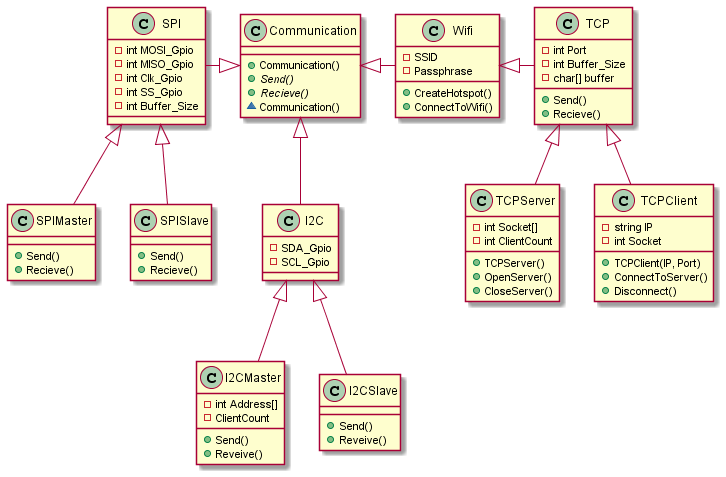
Before: Diagrammer/Robo_Sumo_Battle/Communication/ComClass/ComClass.png, a diagram exported from PlantUML (Solvgraa-mager/E3PRJ3).
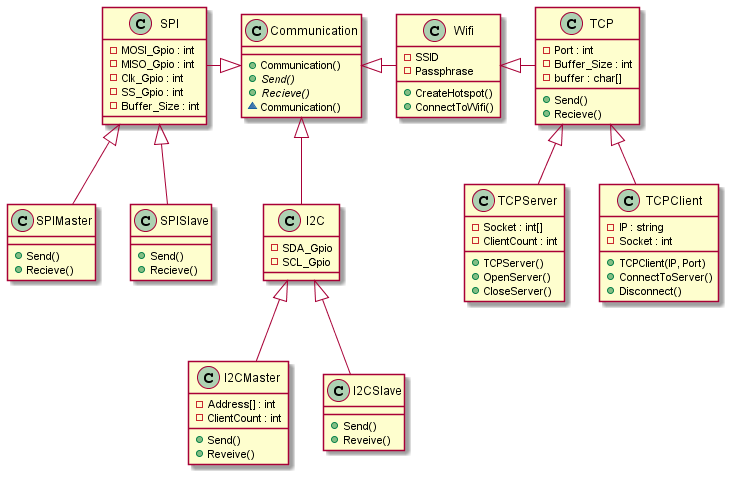
Above is the later version.

Diff of the diagram source:
```diff
@@ -14,30 +14,30 @@
 class TCP{
     +Send()
     +Recieve()
-    -int Port
-    -int Buffer_Size
-    -char[] buffer
+    -Port : int
+    -Buffer_Size : int
+    -buffer : char[]
 }
 class TCPClient{
     +TCPClient(IP, Port)
     +ConnectToServer()
     +Disconnect()
-    -string IP
-    -int Socket
+    -IP : string
+    -Socket : int
 }
 class TCPServer{
     +TCPServer()
     +OpenServer()
     +CloseServer()
-    -int Socket[]
-    -int ClientCount
+    -Socket : int[]
+    -ClientCount : int
 }
 Class SPI{
-    -int MOSI_Gpio
-    -int MISO_Gpio
-    -int Clk_Gpio
-    -int SS_Gpio
-    -int Buffer_Size
+    -MOSI_Gpio : int
+    -MISO_Gpio : int
+    -Clk_Gpio : int
+    -SS_Gpio : int
+    -Buffer_Size : int
 }
 Class SPIMaster{
     +Send()
@@ -54,9 +54,8 @@
 class I2CMaster{
     +Send()
     +Reveive()
-    -int Address[]
-    -ClientCount
-
+    -Address[] : int
+    -ClientCount : int
 }
 class I2CSlave{
     +Send()
```
